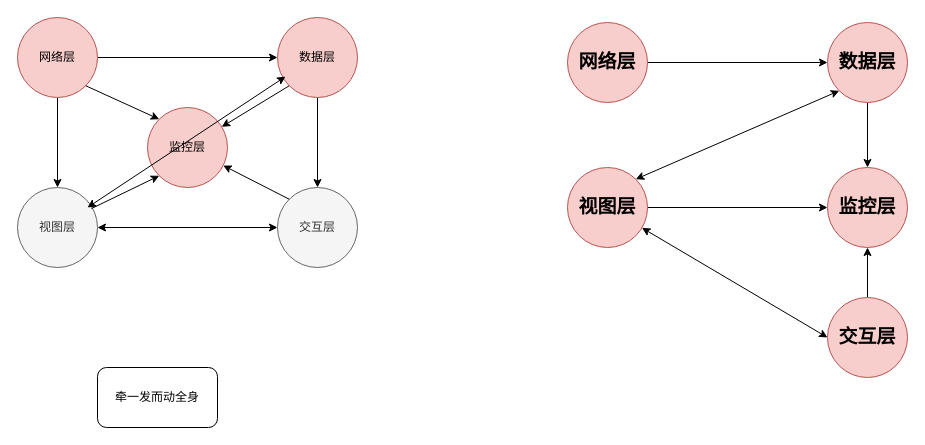
Above: moji/商业化架构层拆分.drawio in HengqianSong/drawIO (draw.io), before the change. Source tidied: cells renumbered, new cells numbered last; positions are measured from the earlier drawing's top-left corner, leaving out a move shared by most shapes. Both pictures are drawn from the tidied source at 100%, with x=0, y=0 at pixel (17, 17).
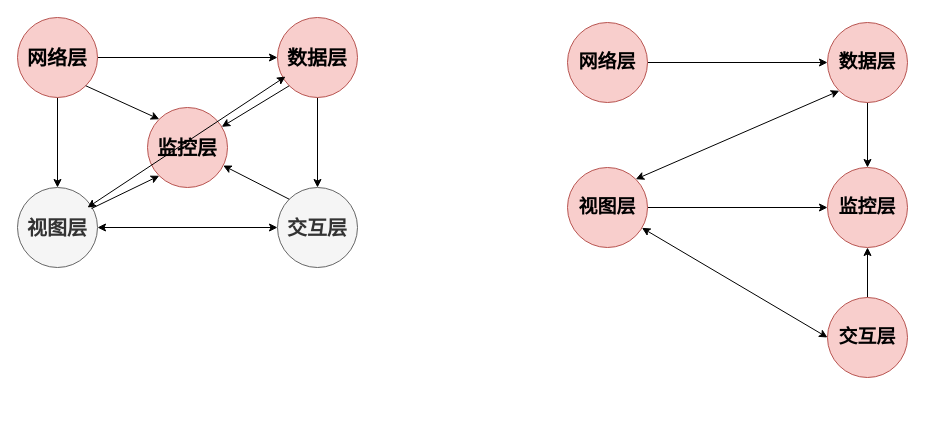
The same diagram, later.

Commit message:
更新商业化架构层拆分.drawio

Change to the diagram source:
```diff
@@
-    <mxCell id="2" value="视图层" style="ellipse;whiteSpace=wrap;html=1;fillColor=#f5f5f5;strokeColor=#666666;fontColor=#333333;" parent="1" vertex="1">
+    <mxCell id="2" value="视图层" style="ellipse;whiteSpace=wrap;html=1;fillColor=#f5f5f5;strokeColor=#666666;fontColor=#333333;fontSize=20;fontStyle=1;" parent="1" vertex="1">
       <mxGeometry y="170" width="80" height="80" as="geometry" />
     </mxCell>
-    <mxCell id="3" value="交互层" style="ellipse;whiteSpace=wrap;html=1;fillColor=#f5f5f5;fontColor=#333333;strokeColor=#666666;" parent="1" vertex="1">
+    <mxCell id="3" value="交互层" style="ellipse;whiteSpace=wrap;html=1;fillColor=#f5f5f5;fontColor=#333333;strokeColor=#666666;fontSize=20;fontStyle=1;" parent="1" vertex="1">
       <mxGeometry x="260" y="170" width="80" height="80" as="geometry" />
     </mxCell>
-    <mxCell id="4" style="edgeStyle=orthogonalEdgeStyle;rounded=0;jettySize=auto;html=1;" parent="1" edge="1" source="6" target="8">
+    <mxCell id="4" style="edgeStyle=orthogonalEdgeStyle;rounded=0;jettySize=auto;html=1;fontSize=20;fontStyle=1;" parent="1" edge="1" source="6" target="8">
       <mxGeometry relative="1" as="geometry" />
     </mxCell>
-    <mxCell id="5" style="edgeStyle=orthogonalEdgeStyle;rounded=0;jettySize=auto;html=1;" parent="1" edge="1" source="6" target="2">
+    <mxCell id="5" style="edgeStyle=orthogonalEdgeStyle;rounded=0;jettySize=auto;html=1;fontSize=20;fontStyle=1;" parent="1" edge="1" source="6" target="2">
       <mxGeometry relative="1" as="geometry" />
     </mxCell>
-    <mxCell id="6" value="网络层" style="ellipse;whiteSpace=wrap;html=1;fillColor=#f8cecc;strokeColor=#b85450;" parent="1" vertex="1">
+    <mxCell id="6" value="网络层" style="ellipse;whiteSpace=wrap;html=1;fillColor=#f8cecc;strokeColor=#b85450;fontSize=20;fontStyle=1;" parent="1" vertex="1">
       <mxGeometry width="80" height="80" as="geometry" />
     </mxCell>
-    <mxCell id="7" style="edgeStyle=orthogonalEdgeStyle;rounded=0;jettySize=auto;html=1;entryX=0.5;entryY=0;entryDx=0;entryDy=0;" parent="1" edge="1" source="8" target="3">
+    <mxCell id="7" style="edgeStyle=orthogonalEdgeStyle;rounded=0;jettySize=auto;html=1;entryX=0.5;entryY=0;entryDx=0;entryDy=0;fontSize=20;fontStyle=1;" parent="1" edge="1" source="8" target="3">
       <mxGeometry relative="1" as="geometry" />
     </mxCell>
-    <mxCell id="8" value="数据层" style="ellipse;whiteSpace=wrap;html=1;fillColor=#f8cecc;strokeColor=#b85450;" parent="1" vertex="1">
+    <mxCell id="8" value="数据层" style="ellipse;whiteSpace=wrap;html=1;fillColor=#f8cecc;strokeColor=#b85450;fontSize=20;fontStyle=1;" parent="1" vertex="1">
       <mxGeometry x="260" width="80" height="80" as="geometry" />
     </mxCell>
-    <mxCell id="9" value="监控层" style="ellipse;whiteSpace=wrap;html=1;fillColor=#f8cecc;strokeColor=#b85450;" parent="1" vertex="1">
+    <mxCell id="9" value="监控层" style="ellipse;whiteSpace=wrap;html=1;fillColor=#f8cecc;strokeColor=#b85450;fontSize=20;fontStyle=1;" parent="1" vertex="1">
       <mxGeometry x="130" y="90" width="80" height="80" as="geometry" />
     </mxCell>
-    <mxCell id="10" style="endArrow=classic;html=1;rounded=0;entryX=0;entryY=1;entryDx=0;entryDy=0;exitX=0.925;exitY=0.263;exitDx=0;exitDy=0;exitPerimeter=0;" parent="1" edge="1" source="2" target="9">
+    <mxCell id="10" style="endArrow=classic;html=1;rounded=0;entryX=0;entryY=1;entryDx=0;entryDy=0;exitX=0.925;exitY=0.263;exitDx=0;exitDy=0;exitPerimeter=0;fontSize=20;fontStyle=1;" parent="1" edge="1" source="2" target="9">
       <mxGeometry relative="1" as="geometry" />
     </mxCell>
-    <mxCell id="11" style="endArrow=classic;html=1;rounded=0;exitX=0;exitY=0;exitDx=0;exitDy=0;" parent="1" edge="1" source="3" target="9">
+    <mxCell id="11" style="endArrow=classic;html=1;rounded=0;exitX=0;exitY=0;exitDx=0;exitDy=0;fontSize=20;fontStyle=1;" parent="1" edge="1" source="3" target="9">
       <mxGeometry relative="1" as="geometry" />
     </mxCell>
-    <mxCell id="12" style="endArrow=classic;html=1;rounded=0;entryX=0;entryY=0;entryDx=0;entryDy=0;exitX=1;exitY=1;exitDx=0;exitDy=0;" parent="1" edge="1" source="6" target="9">
+    <mxCell id="12" style="endArrow=classic;html=1;rounded=0;entryX=0;entryY=0;entryDx=0;entryDy=0;exitX=1;exitY=1;exitDx=0;exitDy=0;fontSize=20;fontStyle=1;" parent="1" edge="1" source="6" target="9">
       <mxGeometry relative="1" as="geometry" />
     </mxCell>
-    <mxCell id="13" style="endArrow=classic;html=1;rounded=0;exitX=0;exitY=1;exitDx=0;exitDy=0;" parent="1" edge="1" source="8" target="9">
+    <mxCell id="13" style="endArrow=classic;html=1;rounded=0;exitX=0;exitY=1;exitDx=0;exitDy=0;fontSize=20;fontStyle=1;" parent="1" edge="1" source="8" target="9">
       <mxGeometry relative="1" as="geometry" />
     </mxCell>
-    <mxCell id="14" style="endArrow=classic;startArrow=classic;html=1;rounded=0;entryX=0;entryY=0.5;entryDx=0;entryDy=0;" parent="1" edge="1" source="2" target="3">
+    <mxCell id="14" style="endArrow=classic;startArrow=classic;html=1;rounded=0;entryX=0;entryY=0.5;entryDx=0;entryDy=0;fontSize=20;fontStyle=1;" parent="1" edge="1" source="2" target="3">
       <mxGeometry relative="1" as="geometry" />
     </mxCell>
-    <mxCell id="15" style="endArrow=classic;startArrow=classic;html=1;rounded=0;entryX=0.1;entryY=0.738;entryDx=0;entryDy=0;entryPerimeter=0;" parent="1" edge="1" target="8">
+    <mxCell id="15" style="endArrow=classic;startArrow=classic;html=1;rounded=0;entryX=0.1;entryY=0.738;entryDx=0;entryDy=0;entryPerimeter=0;fontSize=20;fontStyle=1;" parent="1" edge="1" target="8">
       <mxGeometry relative="1" as="geometry">
         <mxPoint x="70" y="190" as="sourcePoint" />
       </mxGeometry>
     </mxCell>
@@
-    <mxCell id="27" value="牵一发而动全身" style="rounded=1;whiteSpace=wrap;html=1;" parent="1" vertex="1">
-      <mxGeometry x="80" y="350" width="120" height="60" as="geometry" />
-    </mxCell>
```
